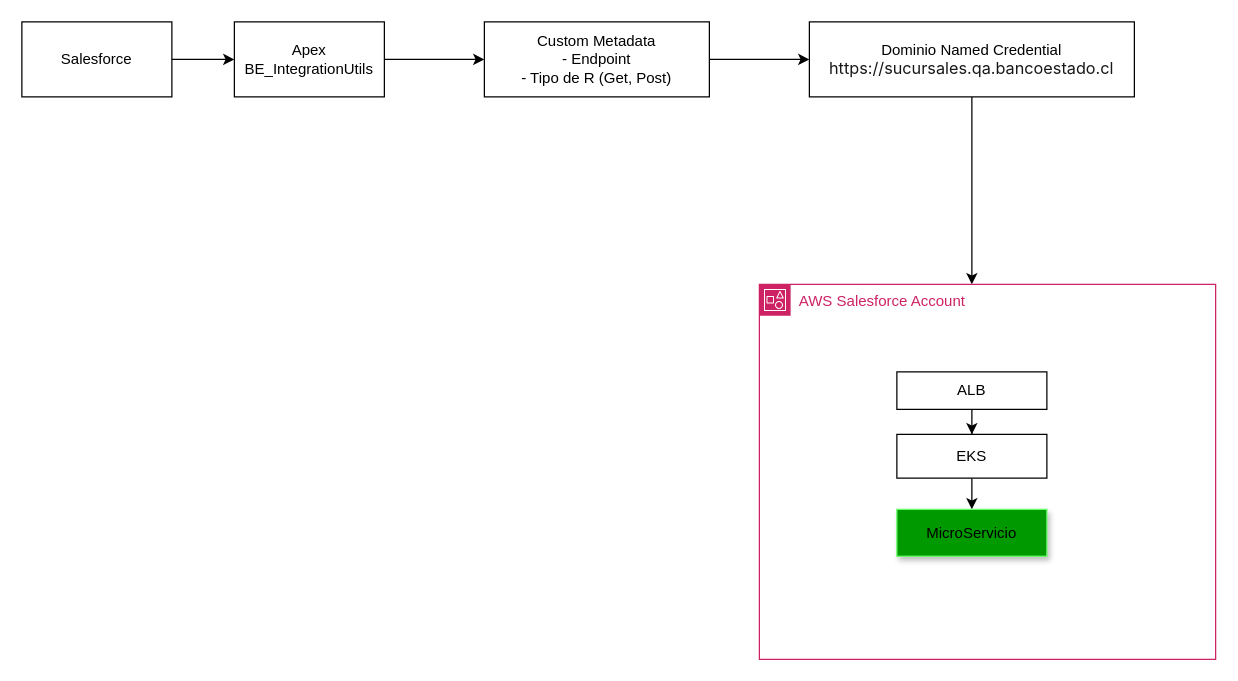
Above: Diagrama APis Arquitectura.drawio in nonate/personalProject (draw.io), before the change. Source tidied: cells renumbered, new cells numbered last; positions are measured from the earlier drawing's top-left corner, leaving out a move shared by most shapes. Both pictures are drawn from the tidied source at 125%, with x=0, y=0 at pixel (21, 21).
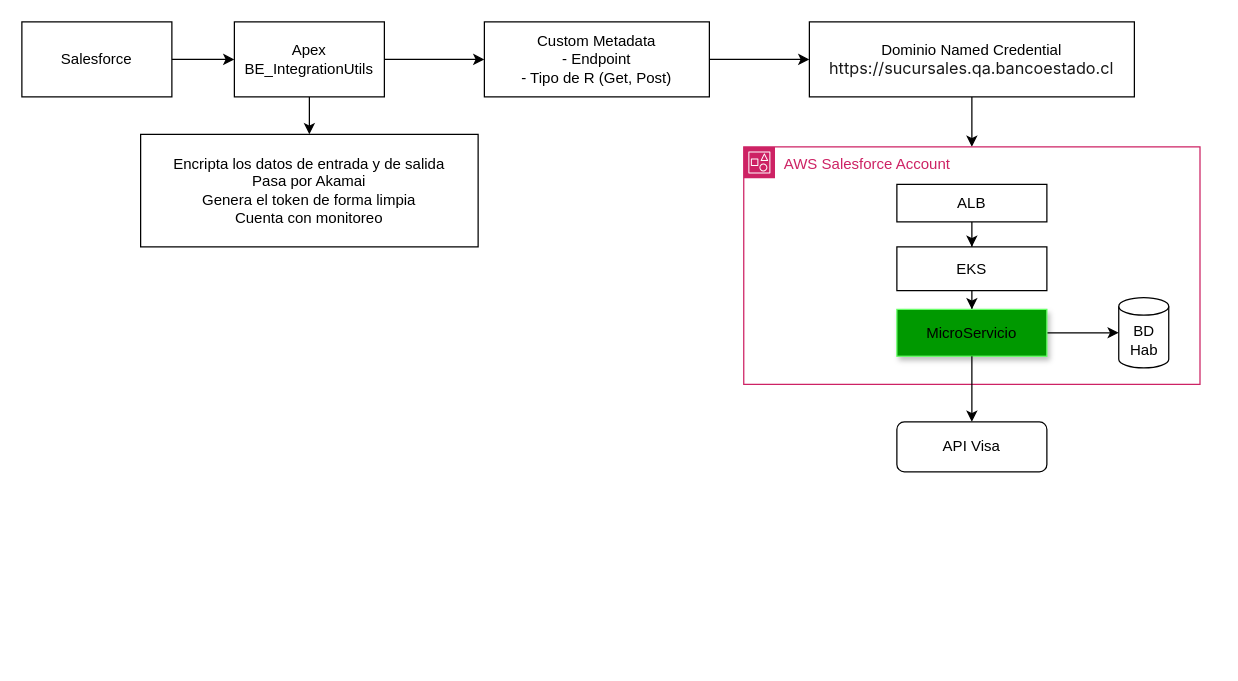
The same diagram, later.

The change refers to these unchanged cells:
```xml
<mxCell id="5" value="Apex&lt;div&gt;BE_IntegrationUtils&lt;/div&gt;" style="rounded=0;whiteSpace=wrap;html=1;" parent="1" vertex="1">
  <mxGeometry x="170" width="120" height="60" as="geometry" />
</mxCell>
<mxCell id="9" value="Dominio Named Credential&lt;div&gt;&lt;span style=&quot;color: rgb(24, 24, 24); font-family: -apple-system, BlinkMacSystemFont, &amp;quot;Segoe UI&amp;quot;, Roboto, Helvetica, Arial, sans-serif, &amp;quot;Apple Color Emoji&amp;quot;, &amp;quot;Segoe UI Emoji&amp;quot;, &amp;quot;Segoe UI Symbol&amp;quot;; font-size: 13px; text-align: left; text-wrap-mode: nowrap; background-color: rgb(255, 255, 255);&quot;&gt;https://sucursales.qa.bancoestado.cl&lt;/span&gt;&lt;/div&gt;" style="rounded=0;whiteSpace=wrap;html=1;" parent="1" vertex="1">
  <mxGeometry x="630" width="260" height="60" as="geometry" />
</mxCell>
```

What changed in the source:
```diff
@@
+    <mxCell id="16" style="edgeStyle=orthogonalEdgeStyle;rounded=0;jettySize=auto;html=1;entryX=0.5;entryY=0;entryDx=0;entryDy=0;" parent="1" edge="1" source="5" target="22">
+      <mxGeometry relative="1" as="geometry" />
+    </mxCell>
@@
-    <mxCell id="8" style="edgeStyle=orthogonalEdgeStyle;rounded=0;jettySize=auto;html=1;" parent="1" edge="1" source="9">
-      <mxGeometry relative="1" as="geometry">
-        <mxPoint x="760" y="210" as="targetPoint" />
-      </mxGeometry>
-    </mxCell>
+    <mxCell id="17" style="edgeStyle=orthogonalEdgeStyle;rounded=0;jettySize=auto;html=1;entryX=0.5;entryY=0;entryDx=0;entryDy=0;" parent="1" edge="1" source="9" target="10">
+      <mxGeometry relative="1" as="geometry" />
+    </mxCell>
@@
     <mxCell id="10" value="AWS Salesforce Account" style="points=[[0,0],[0.25,0],[0.5,0],[0.75,0],[1,0],[1,0.25],[1,0.5],[1,0.75],[1,1],[0.75,1],[0.5,1],[0.25,1],[0,1],[0,0.75],[0,0.5],[0,0.25]];outlineConnect=0;gradientColor=none;html=1;whiteSpace=wrap;fontSize=12;fontStyle=0;shape=mxgraph.aws4.group;grIcon=mxgraph.aws4.group_account;strokeColor=#CD2264;fillColor=none;verticalAlign=top;align=left;spacingLeft=30;fontColor=#CD2264;dashed=0;" parent="1" vertex="1">
-      <mxGeometry x="590" y="210" width="365" height="300" as="geometry" />
+      <mxGeometry x="577.5" y="100" width="365" height="190" as="geometry" />
     </mxCell>
@@
     <mxCell id="12" value="ALB" style="rounded=0;whiteSpace=wrap;html=1;" parent="10" vertex="1">
-      <mxGeometry x="110" y="70" width="120" height="30" as="geometry" />
+      <mxGeometry x="122.5" y="30" width="120" height="30" as="geometry" />
     </mxCell>
@@
     <mxCell id="14" value="EKS" style="whiteSpace=wrap;html=1;rounded=0;" parent="10" vertex="1">
-      <mxGeometry x="110" y="120" width="120" height="35" as="geometry" />
+      <mxGeometry x="122.5" y="80" width="120" height="35" as="geometry" />
     </mxCell>
+    <mxCell id="18" style="edgeStyle=orthogonalEdgeStyle;rounded=0;jettySize=auto;html=1;" parent="10" edge="1" source="15" target="19">
+      <mxGeometry relative="1" as="geometry" />
+    </mxCell>
     <mxCell id="15" value="MicroServicio" style="rounded=0;whiteSpace=wrap;html=1;shadow=1;strokeColor=#66FF66;fillColor=#009900;" parent="10" vertex="1">
-      <mxGeometry x="110" y="180" width="120" height="37.5" as="geometry" />
+      <mxGeometry x="122.5" y="130" width="120" height="37.5" as="geometry" />
     </mxCell>
+    <mxCell id="19" value="BD Hab" style="shape=cylinder3;whiteSpace=wrap;html=1;boundedLbl=1;backgroundOutline=1;size=7;" parent="10" vertex="1">
+      <mxGeometry x="300" y="120.6" width="40" height="56.2" as="geometry" />
+    </mxCell>
+    <mxCell id="20" value="API Visa" style="rounded=1;whiteSpace=wrap;html=1;" parent="1" vertex="1">
+      <mxGeometry x="700" y="320" width="120" height="40" as="geometry" />
+    </mxCell>
+    <mxCell id="21" style="edgeStyle=orthogonalEdgeStyle;rounded=0;jettySize=auto;html=1;entryX=0.5;entryY=0;entryDx=0;entryDy=0;" parent="1" edge="1" source="15" target="20">
+      <mxGeometry relative="1" as="geometry" />
+    </mxCell>
+    <mxCell id="22" value="Encripta los datos de entrada y de salida&lt;div&gt;Pasa por Akamai&lt;/div&gt;&lt;div&gt;Genera el token de forma limpia&lt;/div&gt;&lt;div&gt;Cuenta con monitoreo&lt;/div&gt;" style="rounded=0;whiteSpace=wrap;html=1;" parent="1" vertex="1">
+      <mxGeometry x="95" y="90" width="270" height="90" as="geometry" />
+    </mxCell>
```
